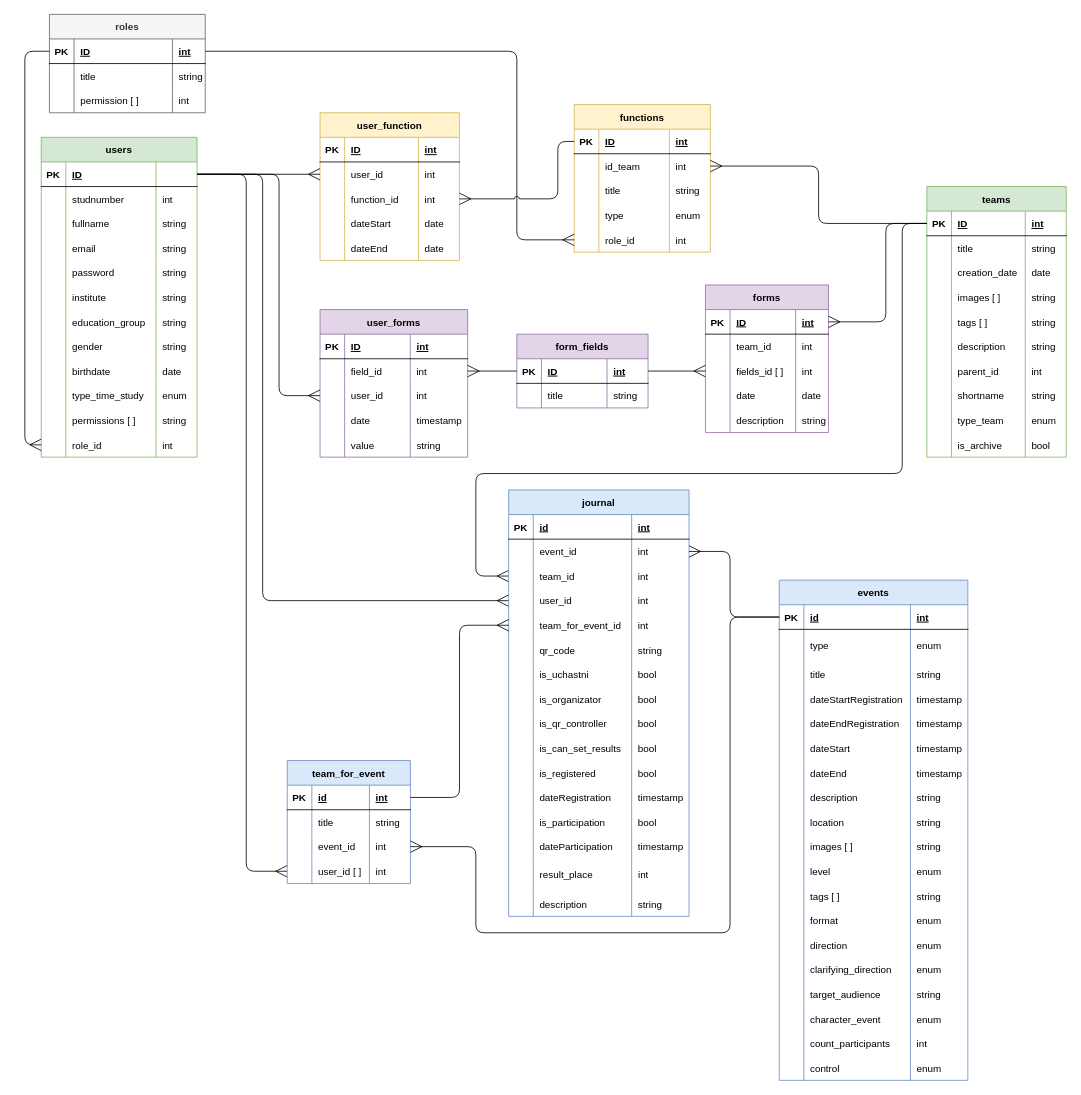
Above: page "Физическая" (2 of 4) of Схема БД.drawio in KomogortsevaYulia/Raiting-Teams-Events (draw.io), before the change. Source tidied: cells renumbered, new cells numbered last; positions are measured from the earlier drawing's top-left corner, leaving out a move shared by most shapes. Both pictures are drawn from the tidied source at 82%, with x=0, y=0 at pixel (25, 14).
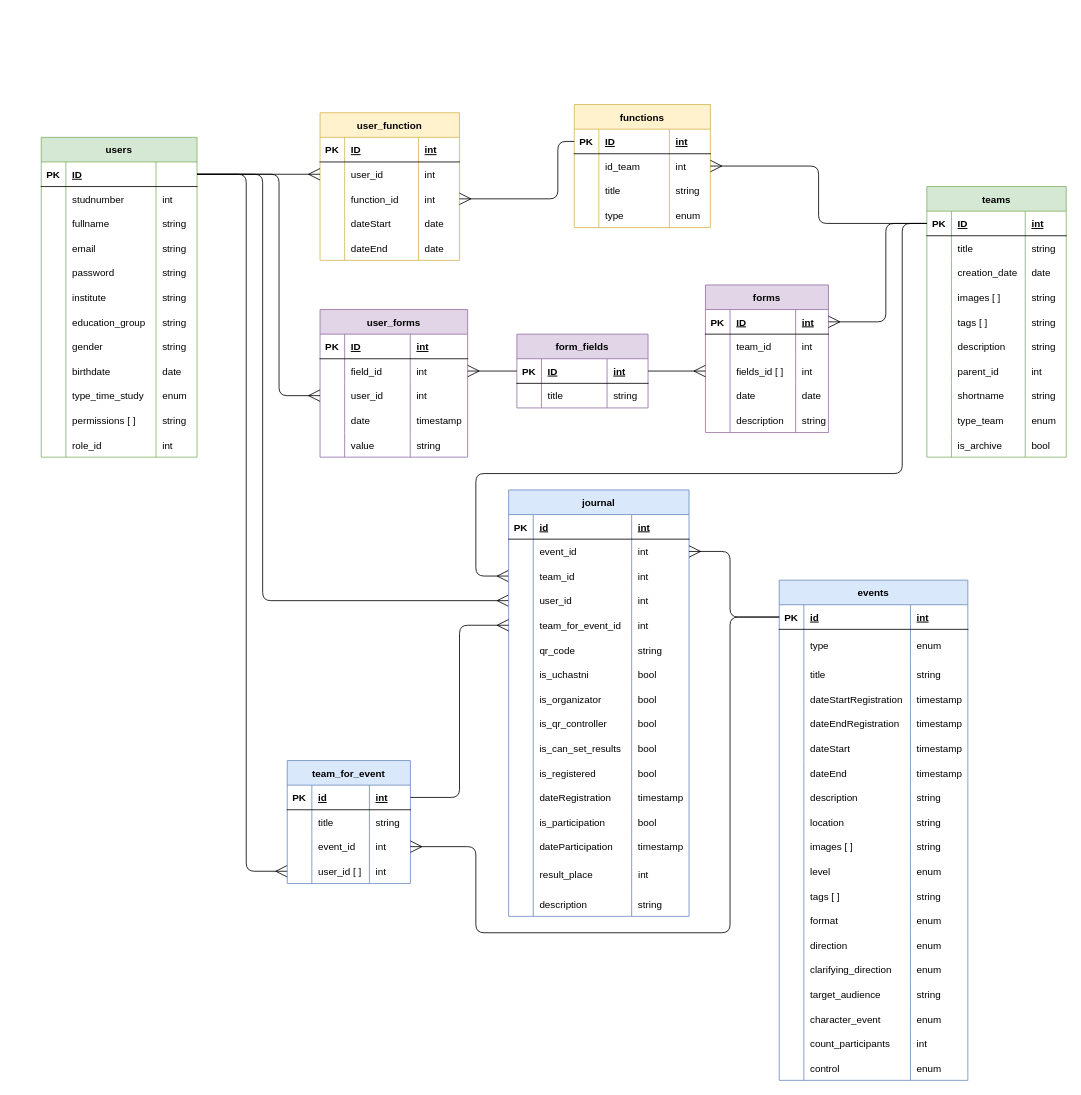
After the change.

Unchanged cells that the change refers to:
```xml
<mxCell id="47" style="shape=tableRow;horizontal=0;startSize=0;swimlaneHead=0;swimlaneBody=0;fillColor=none;points=[[0,0.5],[1,0.5]];portConstraint=eastwest;top=0;left=0;right=0;bottom=0;" parent="2" vertex="1">
  <mxGeometry y="360" width="190" height="30" as="geometry" />
</mxCell>
```

Change to the diagram source:
```diff
@@
     <mxCell id="92" value="functions" style="shape=table;startSize=30;childLayout=tableLayout;rowLines=0;fontStyle=1;align=center;fillColor=#fff2cc;strokeColor=#d6b656;" parent="1" vertex="1">
-      <mxGeometry x="669.8" y="110" width="166" height="180" as="geometry" />
+      <mxGeometry x="669.8" y="110" width="166" height="150" as="geometry" />
     </mxCell>
@@
-    <mxCell id="109" style="shape=tableRow;horizontal=0;startSize=0;swimlaneHead=0;swimlaneBody=0;fillColor=none;points=[[0,0.5],[1,0.5]];portConstraint=eastwest;top=0;left=0;right=0;bottom=0;" parent="92" vertex="1">
-      <mxGeometry y="150" width="166" height="30" as="geometry" />
-    </mxCell>
-    <mxCell id="110" style="shape=partialRectangle;fillColor=none;top=0;left=0;bottom=0;right=0;overflow=hidden;" parent="109" vertex="1">
-      <mxGeometry width="30" height="30" as="geometry" />
-    </mxCell>
-    <mxCell id="111" value="role_id" style="shape=partialRectangle;fillColor=none;top=0;left=0;bottom=0;right=0;align=left;spacingLeft=6;overflow=hidden;" parent="109" vertex="1">
-      <mxGeometry x="30" width="86" height="30" as="geometry" />
-    </mxCell>
-    <mxCell id="112" value="int" style="shape=partialRectangle;fillColor=none;top=0;left=0;bottom=0;right=0;align=left;spacingLeft=6;overflow=hidden;" parent="109" vertex="1">
-      <mxGeometry x="116" width="50" height="30" as="geometry" />
-    </mxCell>
@@
-    <mxCell id="134" value="roles" style="shape=table;startSize=30;childLayout=tableLayout;rowLines=0;fontStyle=1;align=center;swimlaneFillColor=none;fillColor=#f5f5f5;strokeColor=#666666;fontColor=#333333;" parent="1" vertex="1">
-      <mxGeometry x="29.8" width="190" height="120" as="geometry" />
-    </mxCell>
-    <mxCell id="135" style="shape=tableRow;horizontal=0;startSize=0;swimlaneHead=0;swimlaneBody=0;fillColor=none;points=[[0,0.5],[1,0.5]];portConstraint=eastwest;top=0;left=0;right=0;bottom=1;" parent="134" vertex="1">
-      <mxGeometry y="30" width="190" height="30" as="geometry" />
-    </mxCell>
-    <mxCell id="136" value="PK" style="shape=partialRectangle;fillColor=none;top=0;left=0;bottom=0;right=0;fontStyle=1;overflow=hidden;" parent="135" vertex="1">
-      <mxGeometry width="30" height="30" as="geometry" />
-    </mxCell>
-    <mxCell id="137" value="ID" style="shape=partialRectangle;fillColor=none;top=0;left=0;bottom=0;right=0;align=left;spacingLeft=6;fontStyle=5;overflow=hidden;" parent="135" vertex="1">
-      <mxGeometry x="30" width="120" height="30" as="geometry" />
-    </mxCell>
-    <mxCell id="138" value="int" style="shape=partialRectangle;fillColor=none;top=0;left=0;bottom=0;right=0;align=left;spacingLeft=6;fontStyle=5;overflow=hidden;" parent="135" vertex="1">
-      <mxGeometry x="150" width="40" height="30" as="geometry" />
-    </mxCell>
-    <mxCell id="139" style="shape=tableRow;horizontal=0;startSize=0;swimlaneHead=0;swimlaneBody=0;fillColor=none;top=0;left=0;right=0;bottom=0;" parent="134" vertex="1">
-      <mxGeometry y="60" width="190" height="30" as="geometry" />
-    </mxCell>
-    <mxCell id="140" style="shape=partialRectangle;fillColor=none;top=0;left=0;bottom=0;right=0;overflow=hidden;" parent="139" vertex="1">
-      <mxGeometry width="30" height="30" as="geometry" />
-    </mxCell>
-    <mxCell id="141" value="title" style="shape=partialRectangle;fillColor=none;top=0;left=0;bottom=0;right=0;align=left;spacingLeft=6;overflow=hidden;" parent="139" vertex="1">
-      <mxGeometry x="30" width="120" height="30" as="geometry" />
-    </mxCell>
-    <mxCell id="142" value="string" style="shape=partialRectangle;fillColor=none;top=0;left=0;bottom=0;right=0;align=left;spacingLeft=6;overflow=hidden;" parent="139" vertex="1">
-      <mxGeometry x="150" width="40" height="30" as="geometry" />
-    </mxCell>
-    <mxCell id="143" style="shape=tableRow;horizontal=0;startSize=0;swimlaneHead=0;swimlaneBody=0;fillColor=none;top=0;left=0;right=0;bottom=0;" parent="134" vertex="1">
-      <mxGeometry y="90" width="190" height="30" as="geometry" />
-    </mxCell>
-    <mxCell id="144" style="shape=partialRectangle;fillColor=none;top=0;left=0;bottom=0;right=0;overflow=hidden;" parent="143" vertex="1">
-      <mxGeometry width="30" height="30" as="geometry" />
-    </mxCell>
-    <mxCell id="145" value="permission [ ]" style="shape=partialRectangle;fillColor=none;top=0;left=0;bottom=0;right=0;align=left;spacingLeft=6;overflow=hidden;" parent="143" vertex="1">
-      <mxGeometry x="30" width="120" height="30" as="geometry" />
-    </mxCell>
-    <mxCell id="146" value="int" style="shape=partialRectangle;fillColor=none;top=0;left=0;bottom=0;right=0;align=left;spacingLeft=6;overflow=hidden;" parent="143" vertex="1">
-      <mxGeometry x="150" width="40" height="30" as="geometry" />
-    </mxCell>
-    <mxCell id="147" style="edgeStyle=orthogonalEdgeStyle;html=1;exitX=0;exitY=0.5;exitDx=0;exitDy=0;endArrow=ERmany;endFill=0;strokeWidth=1;endSize=12;startSize=12;entryX=0;entryY=0.5;entryDx=0;entryDy=0;" parent="1" edge="1" source="135" target="47">
-      <mxGeometry relative="1" as="geometry">
-        <Array as="points">
-          <mxPoint x="-0.2" y="45" />
-          <mxPoint x="-0.2" y="525" />
-        </Array>
-      </mxGeometry>
-    </mxCell>
-    <mxCell id="148" style="edgeStyle=orthogonalEdgeStyle;html=1;exitX=1;exitY=0.5;exitDx=0;exitDy=0;endArrow=ERmany;endFill=0;strokeWidth=1;endSize=12;startSize=12;entryX=0;entryY=0.5;entryDx=0;entryDy=0;jumpStyle=arc;" parent="1" edge="1" source="135" target="109">
-      <mxGeometry relative="1" as="geometry">
-        <Array as="points">
-          <mxPoint x="599.8" y="45" />
-          <mxPoint x="599.8" y="275" />
-        </Array>
-      </mxGeometry>
-    </mxCell>
```
